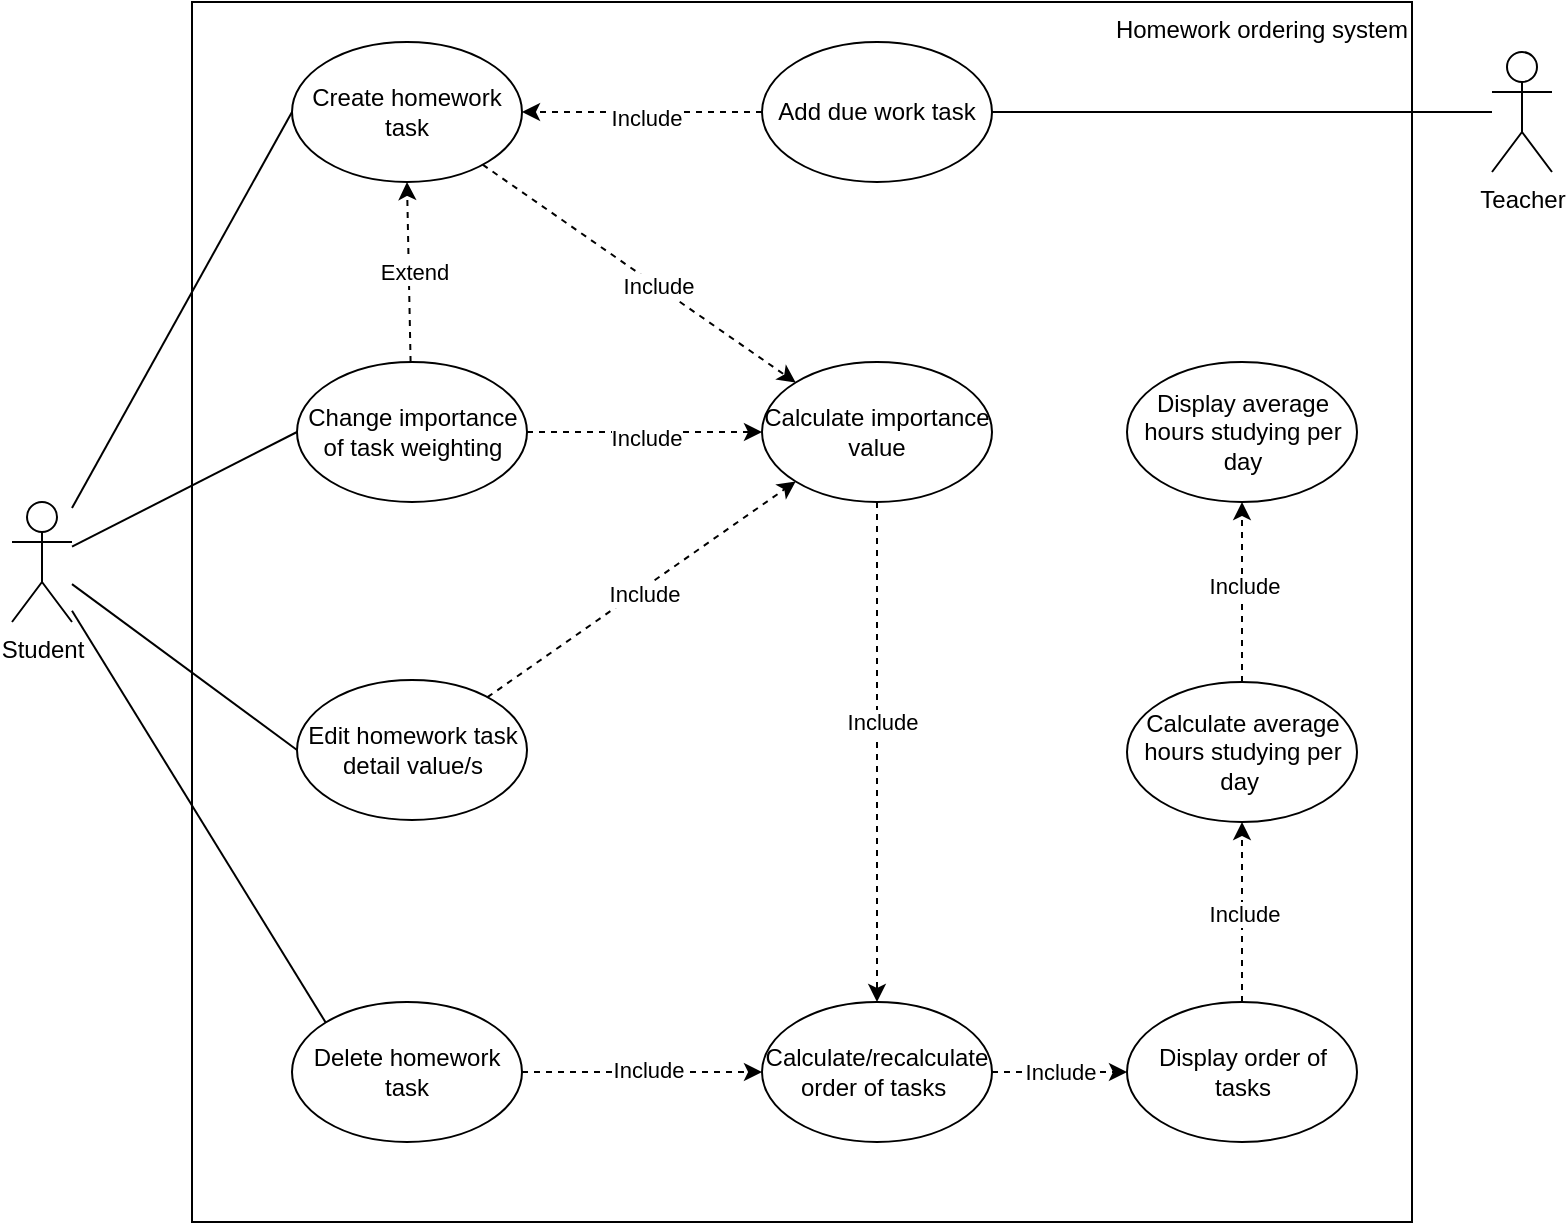
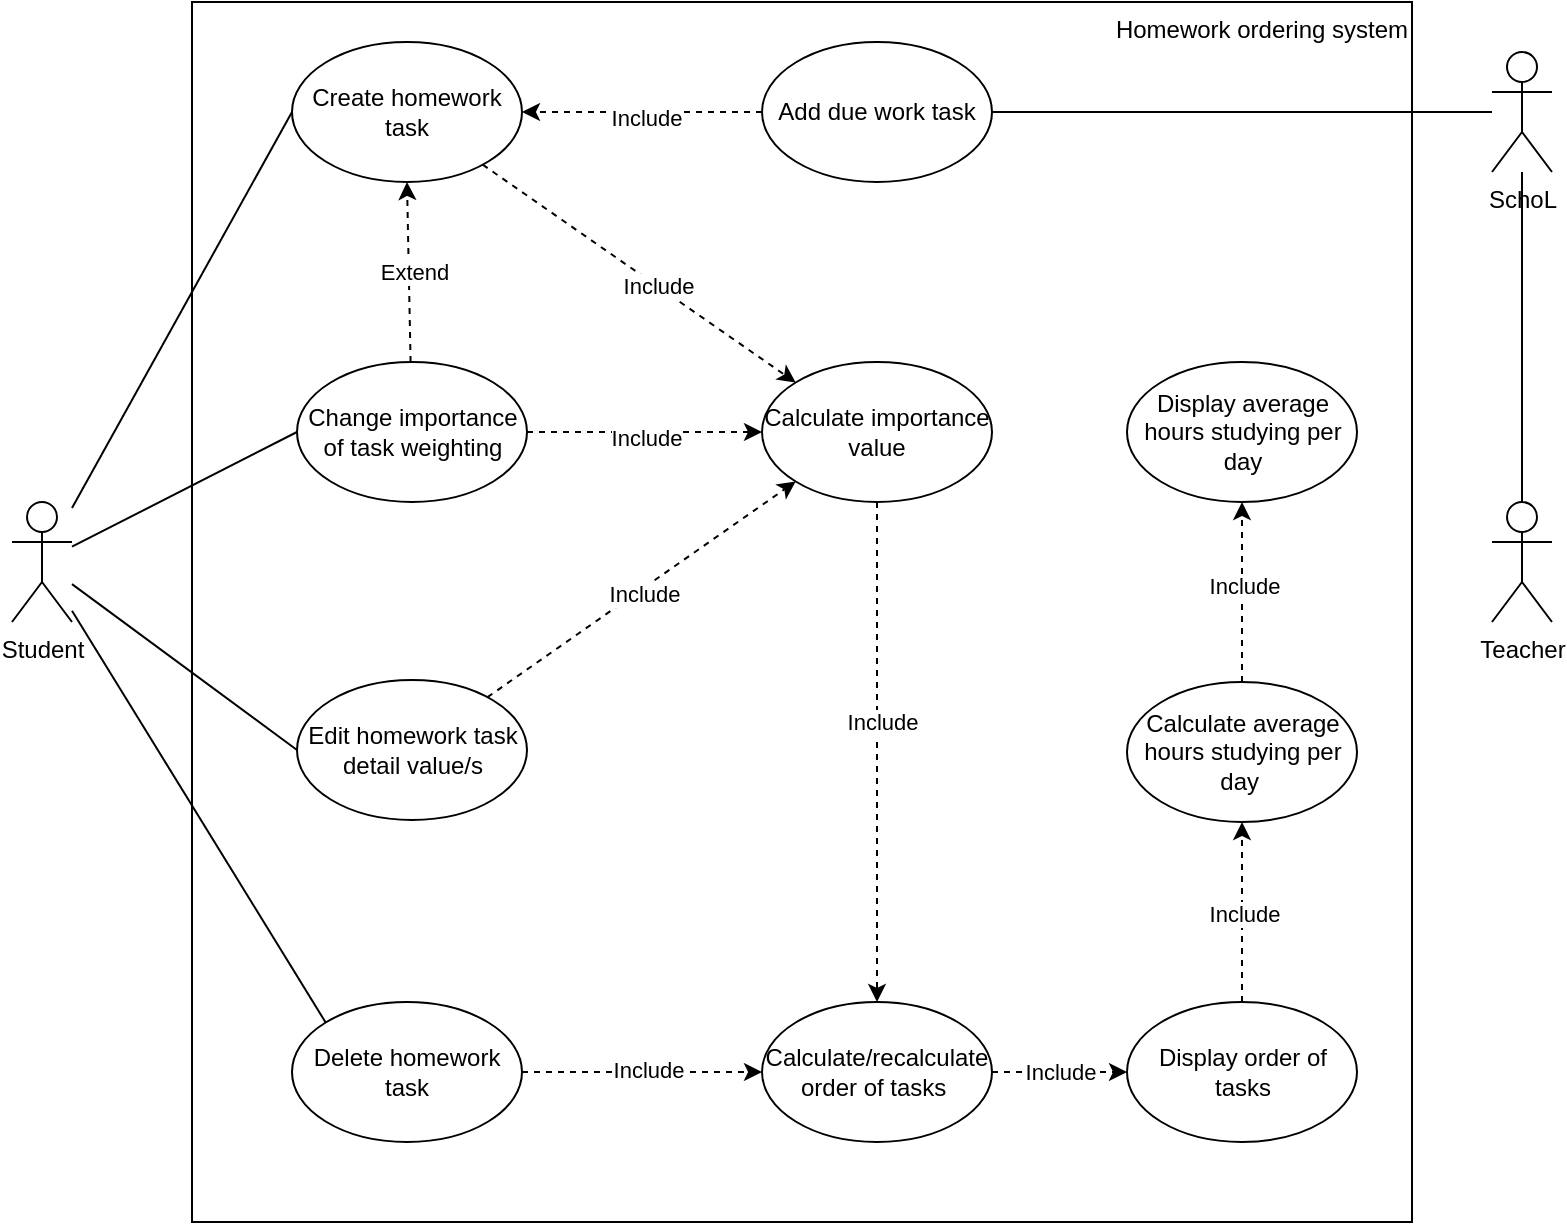
- <mxfile host="app.diagrams.net" agent="Mozilla/5.0 (Windows NT 10.0; Win64; x64) AppleWebKit/537.36 (KHTML, like Gecko) Chrome/147.0.0.0 Safari/537.36" pages="2">
+ <mxfile host="app.diagrams.net" agent="Mozilla/5.0 (Windows NT 10.0; Win64; x64) AppleWebKit/537.36 (KHTML, like Gecko) Chrome/147.0.0.0 Safari/537.36" pages="3">
  <diagram name="Use Case Diagram" id="ZcyXiCbd3epHD8B5bp2-">
-     <mxGraphModel grid="1" page="1" gridSize="10" guides="1" tooltips="1" connect="1" arrows="1" fold="1" pageScale="1" pageWidth="827" pageHeight="1169" math="0" shadow="0">
+     <mxGraphModel dx="934" dy="657" grid="1" gridSize="10" guides="1" tooltips="1" connect="1" arrows="1" fold="1" page="1" pageScale="1" pageWidth="827" pageHeight="1169" math="0" shadow="0">
      <root>
        <mxCell id="0" />
        <mxCell id="1" parent="0" />
        <mxCell id="G7WcPmlzqGxsM9-RYmIV-1" parent="1" style="aspect=fixed;labelPosition=center;verticalLabelPosition=middle;align=right;verticalAlign=top;html=1;whiteSpace=wrap;movable=1;resizable=1;rotatable=1;deletable=1;editable=1;locked=0;connectable=1;" value="Homework ordering system" vertex="1">
          <mxGeometry height="610" width="610" x="100" y="100" as="geometry" />
        </mxCell>
        <mxCell id="jqSJIoKgP5xY_ZK5AzuU-10" edge="1" parent="1" source="G7WcPmlzqGxsM9-RYmIV-2" style="rounded=0;orthogonalLoop=1;jettySize=auto;html=1;entryX=0;entryY=0.5;entryDx=0;entryDy=0;endArrow=none;endFill=0;" target="jqSJIoKgP5xY_ZK5AzuU-4">
          <mxGeometry relative="1" as="geometry" />
        </mxCell>
        <mxCell id="tDrKYoykQaESbITqznwy-8" edge="1" parent="1" source="G7WcPmlzqGxsM9-RYmIV-2" style="rounded=0;orthogonalLoop=1;jettySize=auto;html=1;entryX=0;entryY=0.5;entryDx=0;entryDy=0;endArrow=none;endFill=0;" target="jqSJIoKgP5xY_ZK5AzuU-18">
          <mxGeometry relative="1" as="geometry" />
        </mxCell>
        <mxCell id="gFCc6fkzavYNVZ7rkNDt-2" edge="1" parent="1" source="G7WcPmlzqGxsM9-RYmIV-2" style="rounded=0;orthogonalLoop=1;jettySize=auto;html=1;entryX=0;entryY=0.5;entryDx=0;entryDy=0;endArrow=none;endFill=0;" target="gFCc6fkzavYNVZ7rkNDt-1">
          <mxGeometry relative="1" as="geometry" />
        </mxCell>
        <mxCell id="G7WcPmlzqGxsM9-RYmIV-2" parent="1" style="shape=umlActor;verticalLabelPosition=bottom;verticalAlign=top;html=1;outlineConnect=0;" value="Student" vertex="1">
          <mxGeometry height="60" width="30" x="10" y="350" as="geometry" />
        </mxCell>
-         <mxCell id="jqSJIoKgP5xY_ZK5AzuU-3" edge="1" parent="1" source="G7WcPmlzqGxsM9-RYmIV-7" style="rounded=0;orthogonalLoop=1;jettySize=auto;html=1;entryX=1;entryY=0.5;entryDx=0;entryDy=0;shape=wire;dashed=1;endArrow=none;endFill=0;" target="jqSJIoKgP5xY_ZK5AzuU-2">
+         <mxCell id="jqSJIoKgP5xY_ZK5AzuU-3" edge="1" parent="1" source="wTgsF5XY6qcogic8_f1f-1" style="rounded=0;orthogonalLoop=1;jettySize=auto;html=1;entryX=1;entryY=0.5;entryDx=0;entryDy=0;shape=wire;dashed=1;endArrow=none;endFill=0;" target="jqSJIoKgP5xY_ZK5AzuU-2">
+           <mxGeometry relative="1" as="geometry" />
+         </mxCell>
+         <mxCell id="wTgsF5XY6qcogic8_f1f-2" edge="1" parent="1" source="G7WcPmlzqGxsM9-RYmIV-7" style="rounded=0;orthogonalLoop=1;jettySize=auto;html=1;endArrow=none;endFill=0;" target="wTgsF5XY6qcogic8_f1f-1">
          <mxGeometry relative="1" as="geometry" />
        </mxCell>
        <mxCell id="G7WcPmlzqGxsM9-RYmIV-7" parent="1" style="shape=umlActor;verticalLabelPosition=bottom;verticalAlign=top;html=1;outlineConnect=0;" value="Teacher" vertex="1">
-           <mxGeometry height="60" width="30" x="750" y="125" as="geometry" />
+           <mxGeometry height="60" width="30" x="750" y="350" as="geometry" />
        </mxCell>
        <mxCell id="jqSJIoKgP5xY_ZK5AzuU-5" edge="1" parent="1" source="jqSJIoKgP5xY_ZK5AzuU-2" style="rounded=0;orthogonalLoop=1;jettySize=auto;html=1;endArrow=classic;endFill=1;dashed=1;" target="jqSJIoKgP5xY_ZK5AzuU-4">
          <mxGeometry relative="1" as="geometry" />
        </mxCell>
        <mxCell id="jqSJIoKgP5xY_ZK5AzuU-6" connectable="0" parent="jqSJIoKgP5xY_ZK5AzuU-5" style="edgeLabel;html=1;align=center;verticalAlign=middle;resizable=0;points=[];" value="Include" vertex="1">
          <mxGeometry relative="1" x="-0.0218" y="3" as="geometry">
            <mxPoint as="offset" />
          </mxGeometry>
        </mxCell>
        <mxCell id="jqSJIoKgP5xY_ZK5AzuU-2" parent="1" style="ellipse;whiteSpace=wrap;html=1;" value="Add due work task" vertex="1">
          <mxGeometry height="70" width="115" x="385" y="120" as="geometry" />
        </mxCell>
        <mxCell id="jqSJIoKgP5xY_ZK5AzuU-13" edge="1" parent="1" source="jqSJIoKgP5xY_ZK5AzuU-4" style="rounded=0;orthogonalLoop=1;jettySize=auto;html=1;dashed=1;endArrow=classic;endFill=1;entryX=0;entryY=0;entryDx=0;entryDy=0;" target="jqSJIoKgP5xY_ZK5AzuU-11">
          <mxGeometry relative="1" as="geometry" />
        </mxCell>
        <mxCell id="jqSJIoKgP5xY_ZK5AzuU-14" connectable="0" parent="jqSJIoKgP5xY_ZK5AzuU-13" style="edgeLabel;html=1;align=center;verticalAlign=middle;resizable=0;points=[];" value="Include" vertex="1">
          <mxGeometry relative="1" x="0.1143" as="geometry">
            <mxPoint as="offset" />
          </mxGeometry>
        </mxCell>
        <mxCell id="jqSJIoKgP5xY_ZK5AzuU-4" parent="1" style="ellipse;whiteSpace=wrap;html=1;" value="Create homework task" vertex="1">
          <mxGeometry height="70" width="115" x="150" y="120" as="geometry" />
        </mxCell>
        <mxCell id="jqSJIoKgP5xY_ZK5AzuU-16" edge="1" parent="1" source="jqSJIoKgP5xY_ZK5AzuU-11" style="rounded=0;orthogonalLoop=1;jettySize=auto;html=1;dashed=1;" target="jqSJIoKgP5xY_ZK5AzuU-15" value="">
          <mxGeometry relative="1" as="geometry" />
        </mxCell>
        <mxCell id="jqSJIoKgP5xY_ZK5AzuU-17" connectable="0" parent="jqSJIoKgP5xY_ZK5AzuU-16" style="edgeLabel;html=1;align=center;verticalAlign=middle;resizable=0;points=[];" value="Include" vertex="1">
          <mxGeometry relative="1" x="-0.125" y="2" as="geometry">
            <mxPoint as="offset" />
          </mxGeometry>
        </mxCell>
        <mxCell id="jqSJIoKgP5xY_ZK5AzuU-11" parent="1" style="ellipse;whiteSpace=wrap;html=1;" value="Calculate importance value" vertex="1">
          <mxGeometry height="70" width="115" x="385" y="280" as="geometry" />
        </mxCell>
        <mxCell id="tDrKYoykQaESbITqznwy-10" edge="1" parent="1" source="jqSJIoKgP5xY_ZK5AzuU-15" style="rounded=0;orthogonalLoop=1;jettySize=auto;html=1;entryX=0;entryY=0.5;entryDx=0;entryDy=0;startArrow=none;startFill=0;endArrow=classic;endFill=1;dashed=1;" target="tDrKYoykQaESbITqznwy-9" value="Include">
          <mxGeometry relative="1" as="geometry" />
        </mxCell>
        <mxCell id="jqSJIoKgP5xY_ZK5AzuU-15" parent="1" style="ellipse;whiteSpace=wrap;html=1;" value="Calculate/recalculate order of tasks&amp;nbsp;" vertex="1">
          <mxGeometry height="70" width="115" x="385" y="600" as="geometry" />
        </mxCell>
        <mxCell id="jqSJIoKgP5xY_ZK5AzuU-20" edge="1" parent="1" source="jqSJIoKgP5xY_ZK5AzuU-18" style="rounded=0;orthogonalLoop=1;jettySize=auto;html=1;entryX=0;entryY=0.5;entryDx=0;entryDy=0;dashed=1;" target="jqSJIoKgP5xY_ZK5AzuU-11">
          <mxGeometry relative="1" as="geometry" />
        </mxCell>
        <mxCell id="jqSJIoKgP5xY_ZK5AzuU-21" connectable="0" parent="jqSJIoKgP5xY_ZK5AzuU-20" style="edgeLabel;html=1;align=center;verticalAlign=middle;resizable=0;points=[];" value="Include" vertex="1">
          <mxGeometry relative="1" x="0.0328" y="-3" as="geometry">
            <mxPoint x="-1" as="offset" />
          </mxGeometry>
        </mxCell>
        <mxCell id="tDrKYoykQaESbITqznwy-6" edge="1" parent="1" source="jqSJIoKgP5xY_ZK5AzuU-18" style="rounded=0;orthogonalLoop=1;jettySize=auto;html=1;entryX=0.5;entryY=1;entryDx=0;entryDy=0;dashed=1;" target="jqSJIoKgP5xY_ZK5AzuU-4">
          <mxGeometry relative="1" as="geometry" />
        </mxCell>
        <mxCell id="tDrKYoykQaESbITqznwy-7" connectable="0" parent="tDrKYoykQaESbITqznwy-6" style="edgeLabel;html=1;align=center;verticalAlign=middle;resizable=0;points=[];" value="Extend" vertex="1">
          <mxGeometry relative="1" x="0.008" y="-2" as="geometry">
            <mxPoint as="offset" />
          </mxGeometry>
        </mxCell>
        <mxCell id="jqSJIoKgP5xY_ZK5AzuU-18" parent="1" style="ellipse;whiteSpace=wrap;html=1;" value="Change importance of task weighting" vertex="1">
          <mxGeometry height="70" width="115" x="152.5" y="280" as="geometry" />
        </mxCell>
        <mxCell id="tDrKYoykQaESbITqznwy-2" parent="1" style="ellipse;whiteSpace=wrap;html=1;" value="Delete homework task" vertex="1">
          <mxGeometry height="70" width="115" x="150" y="600" as="geometry" />
        </mxCell>
        <mxCell id="tDrKYoykQaESbITqznwy-3" edge="1" parent="1" source="G7WcPmlzqGxsM9-RYmIV-2" style="rounded=0;orthogonalLoop=1;jettySize=auto;html=1;endArrow=none;endFill=0;entryX=0;entryY=0;entryDx=0;entryDy=0;" target="tDrKYoykQaESbITqznwy-2">
          <mxGeometry relative="1" as="geometry">
            <mxPoint x="174" y="430" as="targetPoint" />
          </mxGeometry>
        </mxCell>
        <mxCell id="tDrKYoykQaESbITqznwy-4" edge="1" parent="1" source="tDrKYoykQaESbITqznwy-2" style="rounded=0;orthogonalLoop=1;jettySize=auto;html=1;entryX=0;entryY=0.5;entryDx=0;entryDy=0;endArrow=classic;endFill=1;dashed=1;" target="jqSJIoKgP5xY_ZK5AzuU-15">
          <mxGeometry relative="1" as="geometry" />
        </mxCell>
        <mxCell id="tDrKYoykQaESbITqznwy-5" connectable="0" parent="tDrKYoykQaESbITqznwy-4" style="edgeLabel;html=1;align=center;verticalAlign=middle;resizable=0;points=[];" value="Include" vertex="1">
          <mxGeometry relative="1" x="0.0436" y="1" as="geometry">
            <mxPoint as="offset" />
          </mxGeometry>
        </mxCell>
        <mxCell id="gFCc6fkzavYNVZ7rkNDt-6" edge="1" parent="1" source="tDrKYoykQaESbITqznwy-9" style="rounded=0;orthogonalLoop=1;jettySize=auto;html=1;entryX=0.5;entryY=1;entryDx=0;entryDy=0;endArrow=classic;endFill=1;dashed=1;" target="gFCc6fkzavYNVZ7rkNDt-5">
          <mxGeometry relative="1" as="geometry" />
        </mxCell>
        <mxCell id="gFCc6fkzavYNVZ7rkNDt-7" connectable="0" parent="gFCc6fkzavYNVZ7rkNDt-6" style="edgeLabel;html=1;align=center;verticalAlign=middle;resizable=0;points=[];" value="Include" vertex="1">
          <mxGeometry relative="1" x="-0.0222" y="-1" as="geometry">
            <mxPoint as="offset" />
          </mxGeometry>
        </mxCell>
        <mxCell id="tDrKYoykQaESbITqznwy-9" parent="1" style="ellipse;whiteSpace=wrap;html=1;" value="Display order of tasks" vertex="1">
          <mxGeometry height="70" width="115" x="567.5" y="600" as="geometry" />
        </mxCell>
        <mxCell id="gFCc6fkzavYNVZ7rkNDt-3" edge="1" parent="1" source="gFCc6fkzavYNVZ7rkNDt-1" style="rounded=0;orthogonalLoop=1;jettySize=auto;html=1;entryX=0;entryY=1;entryDx=0;entryDy=0;dashed=1;endArrow=classic;endFill=1;" target="jqSJIoKgP5xY_ZK5AzuU-11">
          <mxGeometry relative="1" as="geometry" />
        </mxCell>
        <mxCell id="gFCc6fkzavYNVZ7rkNDt-4" connectable="0" parent="gFCc6fkzavYNVZ7rkNDt-3" style="edgeLabel;html=1;align=center;verticalAlign=middle;resizable=0;points=[];" value="Include" vertex="1">
          <mxGeometry relative="1" x="0.0017" y="-2" as="geometry">
            <mxPoint as="offset" />
          </mxGeometry>
        </mxCell>
        <mxCell id="gFCc6fkzavYNVZ7rkNDt-1" parent="1" style="ellipse;whiteSpace=wrap;html=1;" value="Edit homework task detail value/s" vertex="1">
          <mxGeometry height="70" width="115" x="152.5" y="439" as="geometry" />
        </mxCell>
        <mxCell id="gFCc6fkzavYNVZ7rkNDt-9" edge="1" parent="1" source="gFCc6fkzavYNVZ7rkNDt-5" style="edgeStyle=orthogonalEdgeStyle;rounded=0;orthogonalLoop=1;jettySize=auto;html=1;endArrow=classic;endFill=1;dashed=1;" target="gFCc6fkzavYNVZ7rkNDt-8">
          <mxGeometry relative="1" as="geometry" />
        </mxCell>
        <mxCell id="gFCc6fkzavYNVZ7rkNDt-10" connectable="0" parent="gFCc6fkzavYNVZ7rkNDt-9" style="edgeLabel;html=1;align=center;verticalAlign=middle;resizable=0;points=[];" value="Include" vertex="1">
          <mxGeometry relative="1" x="0.0667" y="-1" as="geometry">
            <mxPoint as="offset" />
          </mxGeometry>
        </mxCell>
        <mxCell id="gFCc6fkzavYNVZ7rkNDt-5" parent="1" style="ellipse;whiteSpace=wrap;html=1;resizeWidth=0;" value="Calculate average hours studying per day&amp;nbsp;" vertex="1">
          <mxGeometry height="70" width="115" x="567.5" y="440" as="geometry" />
        </mxCell>
        <mxCell id="gFCc6fkzavYNVZ7rkNDt-8" parent="1" style="ellipse;whiteSpace=wrap;html=1;" value="Display average hours studying per day" vertex="1">
          <mxGeometry height="70" width="115" x="567.5" y="280" as="geometry" />
+         </mxCell>
+         <mxCell id="wTgsF5XY6qcogic8_f1f-1" parent="1" style="shape=umlActor;verticalLabelPosition=bottom;verticalAlign=top;html=1;outlineConnect=0;" value="SchoL" vertex="1">
+           <mxGeometry height="60" width="30" x="750" y="125" as="geometry" />
        </mxCell>
      </root>
    </mxGraphModel>
  </diagram>
  <diagram id="8lql2eI7iz3RtWvieJSU" name="Context Diagram">
    <mxGraphModel dx="934" dy="657" grid="1" gridSize="10" guides="1" tooltips="1" connect="1" arrows="1" fold="1" page="1" pageScale="1" pageWidth="827" pageHeight="1169" math="0" shadow="0">
      <root>
        <mxCell id="0" />
        <mxCell id="1" parent="0" />
        <mxCell id="ACZuuOuZ4gBjVFFcBLFl-7" edge="1" parent="1" source="ACZuuOuZ4gBjVFFcBLFl-1" style="rounded=0;orthogonalLoop=1;jettySize=auto;html=1;entryX=0;entryY=0;entryDx=0;entryDy=0;" target="ACZuuOuZ4gBjVFFcBLFl-3">
          <mxGeometry relative="1" as="geometry" />
        </mxCell>
        <mxCell id="ACZuuOuZ4gBjVFFcBLFl-9" connectable="0" parent="ACZuuOuZ4gBjVFFcBLFl-7" style="edgeLabel;html=1;align=center;verticalAlign=middle;resizable=0;points=[];" value="Homework task details" vertex="1">
          <mxGeometry relative="1" x="0.0243" y="1" as="geometry">
            <mxPoint as="offset" />
          </mxGeometry>
        </mxCell>
        <mxCell id="ACZuuOuZ4gBjVFFcBLFl-8" edge="1" parent="1" source="ACZuuOuZ4gBjVFFcBLFl-1" style="rounded=0;orthogonalLoop=1;jettySize=auto;html=1;entryX=0;entryY=0.5;entryDx=0;entryDy=0;" target="ACZuuOuZ4gBjVFFcBLFl-3">
          <mxGeometry relative="1" as="geometry" />
        </mxCell>
        <mxCell id="ACZuuOuZ4gBjVFFcBLFl-10" connectable="0" parent="ACZuuOuZ4gBjVFFcBLFl-8" style="edgeLabel;html=1;align=center;verticalAlign=middle;resizable=0;points=[];" value="Importance of task" vertex="1">
          <mxGeometry relative="1" x="0.0824" y="-1" as="geometry">
            <mxPoint y="1" as="offset" />
          </mxGeometry>
        </mxCell>
        <mxCell id="m4LZdS4MCfvcE9fhJnzB-1" edge="1" parent="1" source="ACZuuOuZ4gBjVFFcBLFl-1" style="rounded=0;orthogonalLoop=1;jettySize=auto;html=1;entryX=0;entryY=1;entryDx=0;entryDy=0;" target="ACZuuOuZ4gBjVFFcBLFl-3">
          <mxGeometry relative="1" as="geometry" />
        </mxCell>
        <mxCell id="m4LZdS4MCfvcE9fhJnzB-2" connectable="0" parent="m4LZdS4MCfvcE9fhJnzB-1" style="edgeLabel;html=1;align=center;verticalAlign=middle;resizable=0;points=[];" value="Edit task details" vertex="1">
          <mxGeometry relative="1" x="-0.015" y="4" as="geometry">
            <mxPoint as="offset" />
          </mxGeometry>
        </mxCell>
        <mxCell id="ACZuuOuZ4gBjVFFcBLFl-1" parent="1" style="rounded=0;whiteSpace=wrap;html=1;" value="Student" vertex="1">
          <mxGeometry height="160" width="130" x="150" y="280" as="geometry" />
        </mxCell>
        <mxCell id="m4LZdS4MCfvcE9fhJnzB-3" edge="1" parent="1" source="ACZuuOuZ4gBjVFFcBLFl-3" style="rounded=0;orthogonalLoop=1;jettySize=auto;html=1;entryX=1;entryY=1;entryDx=0;entryDy=0;exitX=0.5;exitY=1;exitDx=0;exitDy=0;" target="ACZuuOuZ4gBjVFFcBLFl-1">
          <mxGeometry relative="1" as="geometry" />
        </mxCell>
        <mxCell id="m4LZdS4MCfvcE9fhJnzB-4" connectable="0" parent="m4LZdS4MCfvcE9fhJnzB-3" style="edgeLabel;html=1;align=center;verticalAlign=middle;resizable=0;points=[];" value="Order of tasks" vertex="1">
          <mxGeometry relative="1" x="-0.0139" y="-2" as="geometry">
            <mxPoint as="offset" />
          </mxGeometry>
        </mxCell>
        <mxCell id="m4LZdS4MCfvcE9fhJnzB-5" edge="1" parent="1" source="ACZuuOuZ4gBjVFFcBLFl-3" style="rounded=0;orthogonalLoop=1;jettySize=auto;html=1;entryX=1;entryY=0;entryDx=0;entryDy=0;exitX=0.5;exitY=0;exitDx=0;exitDy=0;" target="ACZuuOuZ4gBjVFFcBLFl-1">
          <mxGeometry relative="1" as="geometry" />
        </mxCell>
        <mxCell id="m4LZdS4MCfvcE9fhJnzB-6" connectable="0" parent="m4LZdS4MCfvcE9fhJnzB-5" style="edgeLabel;html=1;align=center;verticalAlign=middle;resizable=0;points=[];" value="Total hours studying" vertex="1">
          <mxGeometry relative="1" x="0.152" y="-3" as="geometry">
            <mxPoint as="offset" />
          </mxGeometry>
        </mxCell>
        <mxCell id="m4LZdS4MCfvcE9fhJnzB-7" edge="1" parent="1" source="ACZuuOuZ4gBjVFFcBLFl-3" style="rounded=0;orthogonalLoop=1;jettySize=auto;html=1;entryX=0.75;entryY=0;entryDx=0;entryDy=0;exitX=0.5;exitY=0;exitDx=0;exitDy=0;" target="ACZuuOuZ4gBjVFFcBLFl-1">
          <mxGeometry relative="1" as="geometry">
            <Array as="points">
              <mxPoint x="340" y="190" />
            </Array>
          </mxGeometry>
        </mxCell>
        <mxCell id="m4LZdS4MCfvcE9fhJnzB-8" connectable="0" parent="m4LZdS4MCfvcE9fhJnzB-7" style="edgeLabel;html=1;align=center;verticalAlign=middle;resizable=0;points=[];" value="Average hours studying per day" vertex="1">
          <mxGeometry relative="1" x="0.1809" y="-1" as="geometry">
            <mxPoint y="1" as="offset" />
          </mxGeometry>
        </mxCell>
        <mxCell id="ACZuuOuZ4gBjVFFcBLFl-3" parent="1" style="ellipse;whiteSpace=wrap;html=1;aspect=fixed;" value="Homework ordering system" vertex="1">
          <mxGeometry height="160" width="160" x="420" y="280" as="geometry" />
        </mxCell>
        <mxCell id="ACZuuOuZ4gBjVFFcBLFl-5" edge="1" parent="1" source="ACZuuOuZ4gBjVFFcBLFl-4" style="rounded=0;orthogonalLoop=1;jettySize=auto;html=1;entryX=1;entryY=0.5;entryDx=0;entryDy=0;" target="ACZuuOuZ4gBjVFFcBLFl-3">
          <mxGeometry relative="1" as="geometry" />
        </mxCell>
        <mxCell id="ACZuuOuZ4gBjVFFcBLFl-6" connectable="0" parent="ACZuuOuZ4gBjVFFcBLFl-5" style="edgeLabel;html=1;align=center;verticalAlign=middle;resizable=0;points=[];" value="Due work item details" vertex="1">
          <mxGeometry relative="1" x="-0.0308" y="2" as="geometry">
            <mxPoint as="offset" />
          </mxGeometry>
        </mxCell>
        <mxCell id="ACZuuOuZ4gBjVFFcBLFl-4" parent="1" style="rounded=0;whiteSpace=wrap;html=1;" value="Teacher" vertex="1">
          <mxGeometry height="160" width="120" x="719" y="280" as="geometry" />
        </mxCell>
      </root>
    </mxGraphModel>
  </diagram>
+   <diagram id="OQU70sF8UFcgT4n1chGs" name="Data Flow Diagram">
+     <mxGraphModel dx="934" dy="657" grid="1" gridSize="10" guides="1" tooltips="1" connect="1" arrows="1" fold="1" page="1" pageScale="1" pageWidth="827" pageHeight="1169" math="0" shadow="0">
+       <root>
+         <mxCell id="0" />
+         <mxCell id="1" parent="0" />
+         <mxCell id="qZvDCd3xGAPA9ddogVVE-3" edge="1" parent="1" source="qZvDCd3xGAPA9ddogVVE-1" style="edgeStyle=orthogonalEdgeStyle;rounded=0;orthogonalLoop=1;jettySize=auto;html=1;entryX=0;entryY=0.5;entryDx=0;entryDy=0;curved=1;exitX=0.5;exitY=0;exitDx=0;exitDy=0;" target="qZvDCd3xGAPA9ddogVVE-2">
+           <mxGeometry relative="1" as="geometry" />
+         </mxCell>
+         <mxCell id="qZvDCd3xGAPA9ddogVVE-4" connectable="0" parent="qZvDCd3xGAPA9ddogVVE-3" style="edgeLabel;html=1;align=center;verticalAlign=middle;resizable=0;points=[];" value="Subject Name" vertex="1">
+           <mxGeometry relative="1" x="0.1782" y="-11" as="geometry">
+             <mxPoint x="27" y="24" as="offset" />
+           </mxGeometry>
+         </mxCell>
+         <mxCell id="qZvDCd3xGAPA9ddogVVE-6" edge="1" parent="1" source="qZvDCd3xGAPA9ddogVVE-1" style="edgeStyle=orthogonalEdgeStyle;rounded=0;orthogonalLoop=1;jettySize=auto;html=1;entryX=0;entryY=0.5;entryDx=0;entryDy=0;curved=1;" target="qZvDCd3xGAPA9ddogVVE-5">
+           <mxGeometry relative="1" as="geometry" />
+         </mxCell>
+         <mxCell id="qZvDCd3xGAPA9ddogVVE-7" connectable="0" parent="qZvDCd3xGAPA9ddogVVE-6" style="edgeLabel;html=1;align=center;verticalAlign=middle;resizable=0;points=[];" value="Task details" vertex="1">
+           <mxGeometry relative="1" x="-0.1429" y="1" as="geometry">
+             <mxPoint as="offset" />
+           </mxGeometry>
+         </mxCell>
+         <mxCell id="AD2-MKlbYGot8EyMhpUs-16" edge="1" parent="1" source="qZvDCd3xGAPA9ddogVVE-1" style="edgeStyle=orthogonalEdgeStyle;rounded=0;orthogonalLoop=1;jettySize=auto;html=1;entryX=0;entryY=0.5;entryDx=0;entryDy=0;curved=1;exitX=0.75;exitY=1;exitDx=0;exitDy=0;" target="AD2-MKlbYGot8EyMhpUs-15">
+           <mxGeometry relative="1" as="geometry" />
+         </mxCell>
+         <mxCell id="AD2-MKlbYGot8EyMhpUs-17" connectable="0" parent="AD2-MKlbYGot8EyMhpUs-16" style="edgeLabel;html=1;align=center;verticalAlign=middle;resizable=0;points=[];" value="New task details" vertex="1">
+           <mxGeometry relative="1" x="-0.2222" y="32" as="geometry">
+             <mxPoint as="offset" />
+           </mxGeometry>
+         </mxCell>
+         <mxCell id="qZvDCd3xGAPA9ddogVVE-1" parent="1" style="rounded=0;whiteSpace=wrap;html=1;" value="Student" vertex="1">
+           <mxGeometry height="80" width="120" x="40" y="315" as="geometry" />
+         </mxCell>
+         <mxCell id="AD2-MKlbYGot8EyMhpUs-6" edge="1" parent="1" source="qZvDCd3xGAPA9ddogVVE-2" style="edgeStyle=orthogonalEdgeStyle;rounded=0;orthogonalLoop=1;jettySize=auto;html=1;entryX=0;entryY=0.5;entryDx=0;entryDy=0;curved=1;" target="AD2-MKlbYGot8EyMhpUs-5">
+           <mxGeometry relative="1" as="geometry" />
+         </mxCell>
+         <mxCell id="AD2-MKlbYGot8EyMhpUs-10" connectable="0" parent="AD2-MKlbYGot8EyMhpUs-6" style="edgeLabel;html=1;align=center;verticalAlign=middle;resizable=0;points=[];" value="Subject name" vertex="1">
+           <mxGeometry relative="1" x="0.0229" y="-1" as="geometry">
+             <mxPoint as="offset" />
+           </mxGeometry>
+         </mxCell>
+         <mxCell id="qZvDCd3xGAPA9ddogVVE-2" parent="1" style="ellipse;whiteSpace=wrap;html=1;aspect=fixed;" value="1. Add to subject database" vertex="1">
+           <mxGeometry height="110" width="110" x="310" y="40" as="geometry" />
+         </mxCell>
+         <mxCell id="AD2-MKlbYGot8EyMhpUs-12" edge="1" parent="1" source="qZvDCd3xGAPA9ddogVVE-5" style="edgeStyle=orthogonalEdgeStyle;rounded=0;orthogonalLoop=1;jettySize=auto;html=1;entryX=0;entryY=0.5;entryDx=0;entryDy=0;curved=1;" target="AD2-MKlbYGot8EyMhpUs-11">
+           <mxGeometry relative="1" as="geometry" />
+         </mxCell>
+         <mxCell id="AD2-MKlbYGot8EyMhpUs-14" connectable="0" parent="AD2-MKlbYGot8EyMhpUs-12" style="edgeLabel;html=1;align=center;verticalAlign=middle;resizable=0;points=[];" value="Task details" vertex="1">
+           <mxGeometry relative="1" x="0.0516" y="-3" as="geometry">
+             <mxPoint as="offset" />
+           </mxGeometry>
+         </mxCell>
+         <mxCell id="qZvDCd3xGAPA9ddogVVE-5" parent="1" style="ellipse;whiteSpace=wrap;html=1;aspect=fixed;" value="2. Create task" vertex="1">
+           <mxGeometry height="110" width="110" x="310" y="170" as="geometry" />
+         </mxCell>
+         <mxCell id="AD2-MKlbYGot8EyMhpUs-5" parent="1" style="shape=partialRectangle;whiteSpace=wrap;html=1;left=0;right=0;fillColor=none;dashed=1;" value="All subjects database" vertex="1">
+           <mxGeometry height="60" width="120" x="540" y="110" as="geometry" />
+         </mxCell>
+         <mxCell id="AD2-MKlbYGot8EyMhpUs-21" edge="1" parent="1" source="AD2-MKlbYGot8EyMhpUs-11" style="edgeStyle=orthogonalEdgeStyle;rounded=0;orthogonalLoop=1;jettySize=auto;html=1;entryX=0.5;entryY=0;entryDx=0;entryDy=0;curved=1;" target="AD2-MKlbYGot8EyMhpUs-20">
+           <mxGeometry relative="1" as="geometry" />
+         </mxCell>
+         <mxCell id="AD2-MKlbYGot8EyMhpUs-22" connectable="0" parent="AD2-MKlbYGot8EyMhpUs-21" style="edgeLabel;html=1;align=center;verticalAlign=middle;resizable=0;points=[];" value="All task details" vertex="1">
+           <mxGeometry relative="1" x="-0.17" y="-2" as="geometry">
+             <mxPoint as="offset" />
+           </mxGeometry>
+         </mxCell>
+         <mxCell id="AD2-MKlbYGot8EyMhpUs-11" parent="1" style="shape=partialRectangle;whiteSpace=wrap;html=1;left=0;right=0;fillColor=none;dashed=1;" value="All tasks database" vertex="1">
+           <mxGeometry height="60" width="120" x="545" y="240" as="geometry" />
+         </mxCell>
+         <mxCell id="AD2-MKlbYGot8EyMhpUs-18" edge="1" parent="1" source="AD2-MKlbYGot8EyMhpUs-15" style="edgeStyle=orthogonalEdgeStyle;rounded=0;orthogonalLoop=1;jettySize=auto;html=1;entryX=0.25;entryY=1;entryDx=0;entryDy=0;curved=1;" target="AD2-MKlbYGot8EyMhpUs-11">
+           <mxGeometry relative="1" as="geometry" />
+         </mxCell>
+         <mxCell id="AD2-MKlbYGot8EyMhpUs-19" connectable="0" parent="AD2-MKlbYGot8EyMhpUs-18" style="edgeLabel;html=1;align=center;verticalAlign=middle;resizable=0;points=[];" value="New task details" vertex="1">
+           <mxGeometry relative="1" x="-0.0717" y="25" as="geometry">
+             <mxPoint x="-7" y="20" as="offset" />
+           </mxGeometry>
+         </mxCell>
+         <mxCell id="AD2-MKlbYGot8EyMhpUs-15" parent="1" style="ellipse;whiteSpace=wrap;html=1;aspect=fixed;" value="3. Edit task" vertex="1">
+           <mxGeometry height="110" width="110" x="310" y="300" as="geometry" />
+         </mxCell>
+         <mxCell id="AD2-MKlbYGot8EyMhpUs-24" edge="1" parent="1" source="AD2-MKlbYGot8EyMhpUs-20" style="edgeStyle=orthogonalEdgeStyle;rounded=0;orthogonalLoop=1;jettySize=auto;html=1;entryX=1;entryY=0.5;entryDx=0;entryDy=0;curved=1;" target="AD2-MKlbYGot8EyMhpUs-23">
+           <mxGeometry relative="1" as="geometry" />
+         </mxCell>
+         <mxCell id="AD2-MKlbYGot8EyMhpUs-25" connectable="0" parent="AD2-MKlbYGot8EyMhpUs-24" style="edgeLabel;html=1;align=center;verticalAlign=middle;resizable=0;points=[];" value="Importance values" vertex="1">
+           <mxGeometry relative="1" x="0.0059" y="-2" as="geometry">
+             <mxPoint as="offset" />
+           </mxGeometry>
+         </mxCell>
+         <mxCell id="AD2-MKlbYGot8EyMhpUs-20" parent="1" style="ellipse;whiteSpace=wrap;html=1;aspect=fixed;" value="4. Calculate importance of tasks" vertex="1">
+           <mxGeometry height="110" width="110" x="550" y="400" as="geometry" />
+         </mxCell>
+         <mxCell id="AD2-MKlbYGot8EyMhpUs-26" edge="1" parent="1" source="AD2-MKlbYGot8EyMhpUs-23" style="edgeStyle=orthogonalEdgeStyle;rounded=0;orthogonalLoop=1;jettySize=auto;html=1;entryX=0.5;entryY=1;entryDx=0;entryDy=0;curved=1;" target="qZvDCd3xGAPA9ddogVVE-1">
+           <mxGeometry relative="1" as="geometry" />
+         </mxCell>
+         <mxCell id="AD2-MKlbYGot8EyMhpUs-27" connectable="0" parent="AD2-MKlbYGot8EyMhpUs-26" style="edgeLabel;html=1;align=center;verticalAlign=middle;resizable=0;points=[];" value="Order of tasks" vertex="1">
+           <mxGeometry relative="1" x="-0.1257" y="-22" as="geometry">
+             <mxPoint as="offset" />
+           </mxGeometry>
+         </mxCell>
+         <mxCell id="AD2-MKlbYGot8EyMhpUs-23" parent="1" style="ellipse;whiteSpace=wrap;html=1;aspect=fixed;" value="5. Calculate order of importance of tasks" vertex="1">
+           <mxGeometry height="110" width="110" x="330" y="460" as="geometry" />
+         </mxCell>
+       </root>
+     </mxGraphModel>
+   </diagram>
</mxfile>
